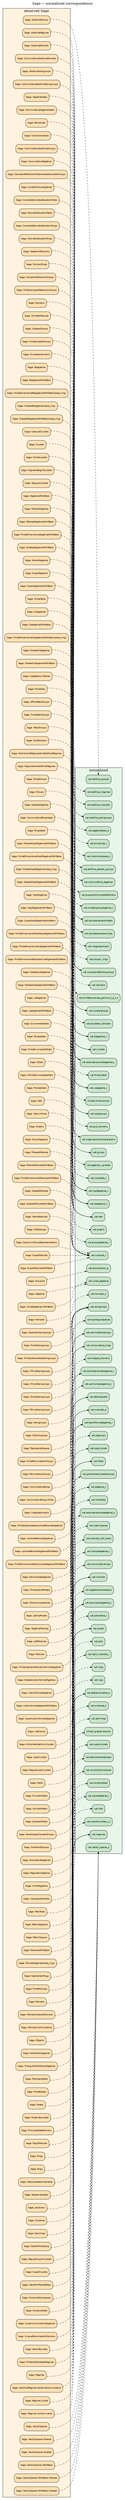
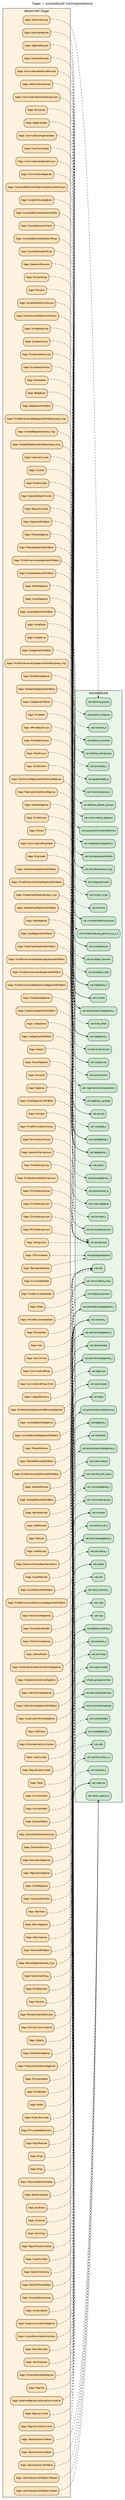
// GENERATED from observed + mapping + normalized ids
digraph SageToNormalized {
  graph [rankdir=LR, labelloc=t, label="Sage → normalized correspondence"];
  node [shape=box, style="rounded,filled", fontname="Helvetica", fontsize=9];
  edge [arrowsize=0.65];

  subgraph cluster_sage {
    label="observed Sage";
    style=filled; fillcolor="#fff3e0";
    "sage.category.additive_groups_additivegroups" [label="Sage: AdditiveGroups", kind="sage_category", fillcolor="#ffe0b2"];
    "sage.category.additive_magmas_additivemagmas" [label="Sage: AdditiveMagmas", kind="sage_category", fillcolor="#ffe0b2"];
    "sage.category.additive_monoids_additivemonoids" [label="Sage: AdditiveMonoids", kind="sage_category", fillcolor="#ffe0b2"];
    "sage.category.additive_semigroups_additivesemigroups" [label="Sage: AdditiveSemigroups", kind="sage_category", fillcolor="#ffe0b2"];
    "sage.category.affine_weyl_groups_affineweylgroups" [label="Sage: AffineWeylGroups", kind="sage_category", fillcolor="#ffe0b2"];
    "sage.category.algebra_ideals_algebraideals" [label="Sage: AlgebraIdeals", kind="sage_category", fillcolor="#ffe0b2"];
    "sage.category.algebra_modules_algebramodules" [label="Sage: AlgebraModules", kind="sage_category", fillcolor="#ffe0b2"];
    "sage.category.algebras_algebras" [label="Sage: Algebras", kind="sage_category", fillcolor="#ffe0b2"];
    "sage.category.algebras_with_basis_algebraswithbasis" [label="Sage: AlgebrasWithBasis", kind="sage_category", fillcolor="#ffe0b2"];
    "sage.category.aperiodic_semigroups_aperiodicsemigroups" [label="Sage: AperiodicSemigroups", kind="sage_category", fillcolor="#ffe0b2"];
    "sage.category.associative_algebras_associativealgebras" [label="Sage: AssociativeAlgebras", kind="sage_category", fillcolor="#ffe0b2"];
    "sage.category.bialgebras_bialgebras" [label="Sage: Bialgebras", kind="sage_category", fillcolor="#ffe0b2"];
    "sage.category.bialgebras_with_basis_bialgebraswithbasis" [label="Sage: BialgebrasWithBasis", kind="sage_category", fillcolor="#ffe0b2"];
    "sage.category.bimodules_bimodules" [label="Sage: Bimodules", kind="sage_category", fillcolor="#ffe0b2"];
    "sage.category.chain_complexes_chaincomplexes" [label="Sage: ChainComplexes", kind="sage_category", fillcolor="#ffe0b2"];
    "sage.category.classical_crystals_classicalcrystals" [label="Sage: ClassicalCrystals", kind="sage_category", fillcolor="#ffe0b2"];
    "sage.category.coalgebras_coalgebras" [label="Sage: Coalgebras", kind="sage_category", fillcolor="#ffe0b2"];
    "sage.category.coalgebras_with_basis_coalgebraswithbasis" [label="Sage: CoalgebrasWithBasis", kind="sage_category", fillcolor="#ffe0b2"];
    "sage.category.commutative_additive_groups_commutativeadditivegroups" [label="Sage: CommutativeAdditiveGroups", kind="sage_category", fillcolor="#ffe0b2"];
    "sage.category.commutative_additive_monoids_commutativeadditivemonoids" [label="Sage: CommutativeAdditiveMonoids", kind="sage_category", fillcolor="#ffe0b2"];
    "sage.category.commutative_additive_semigroups_commutativeadditivesemigroups" [label="Sage: CommutativeAdditiveSemigroups", kind="sage_category", fillcolor="#ffe0b2"];
    "sage.category.commutative_algebra_ideals_commutativealgebraideals" [label="Sage: CommutativeAlgebraIdeals", kind="sage_category", fillcolor="#ffe0b2"];
    "sage.category.commutative_algebras_commutativealgebras" [label="Sage: CommutativeAlgebras", kind="sage_category", fillcolor="#ffe0b2"];
    "sage.category.commutative_ring_ideals_commutativeringideals" [label="Sage: CommutativeRingIdeals", kind="sage_category", fillcolor="#ffe0b2"];
    "sage.category.commutative_rings_commutativerings" [label="Sage: CommutativeRings", kind="sage_category", fillcolor="#ffe0b2"];
    "sage.category.complete_discrete_valuation_completediscretevaluationfields" [label="Sage: CompleteDiscreteValuationFields", kind="sage_category", fillcolor="#ffe0b2"];
    "sage.category.complete_discrete_valuation_completediscretevaluationrings" [label="Sage: CompleteDiscreteValuationRings", kind="sage_category", fillcolor="#ffe0b2"];
    "sage.category.complex_reflection_groups_complexreflectiongroups" [label="Sage: ComplexReflectionGroups", kind="sage_category", fillcolor="#ffe0b2"];
    "sage.category.complex_reflection_or_generalized_coxeter_groups_complexreflectionorgeneralizedcoxetergroups" [label="Sage: ComplexReflectionOrGeneralizedCoxeterGroups", kind="sage_category", fillcolor="#ffe0b2"];
    "sage.category.coxeter_group_algebras_coxetergroupalgebras" [label="Sage: CoxeterGroupAlgebras", kind="sage_category", fillcolor="#ffe0b2"];
    "sage.category.coxeter_groups_coxetergroups" [label="Sage: CoxeterGroups", kind="sage_category", fillcolor="#ffe0b2"];
    "sage.category.crystals_crystals" [label="Sage: Crystals", kind="sage_category", fillcolor="#ffe0b2"];
    "sage.category.cw_complexes_cwcomplexes" [label="Sage: CWComplexes", kind="sage_category", fillcolor="#ffe0b2"];
    "sage.category.dedekind_domains_dedekinddomains" [label="Sage: DedekindDomains", kind="sage_category", fillcolor="#ffe0b2"];
    "sage.category.discrete_valuation_discretevaluationfields" [label="Sage: DiscreteValuationFields", kind="sage_category", fillcolor="#ffe0b2"];
    "sage.category.discrete_valuation_discretevaluationrings" [label="Sage: DiscreteValuationRings", kind="sage_category", fillcolor="#ffe0b2"];
    "sage.category.distributive_magmas_and_additive_magmas_distributivemagmasandadditivemagmas" [label="Sage: DistributiveMagmasAndAdditiveMagmas", kind="sage_category", fillcolor="#ffe0b2"];
    "sage.category.division_rings_divisionrings" [label="Sage: DivisionRings", kind="sage_category", fillcolor="#ffe0b2"];
    "sage.category.domains_domains" [label="Sage: Domains", kind="sage_category", fillcolor="#ffe0b2"];
    "sage.category.drinfeld_modules_drinfeldmodules" [label="Sage: DrinfeldModules", kind="sage_category", fillcolor="#ffe0b2"];
    "sage.category.enumerated_sets_enumeratedsets" [label="Sage: EnumeratedSets", kind="sage_category", fillcolor="#ffe0b2"];
    "sage.category.euclidean_domains_euclideandomains" [label="Sage: EuclideanDomains", kind="sage_category", fillcolor="#ffe0b2"];
    "sage.category.facade_sets_facadesets" [label="Sage: FacadeSets", kind="sage_category", fillcolor="#ffe0b2"];
    "sage.category.fields_fields" [label="Sage: Fields", kind="sage_category", fillcolor="#ffe0b2"];
    "sage.category.filtered_algebras_filteredalgebras" [label="Sage: FilteredAlgebras", kind="sage_category", fillcolor="#ffe0b2"];
    "sage.category.filtered_algebras_with_basis_filteredalgebraswithbasis" [label="Sage: FilteredAlgebrasWithBasis", kind="sage_category", fillcolor="#ffe0b2"];
    "sage.category.filtered_hopf_algebras_with_basis_filteredhopfalgebraswithbasis" [label="Sage: FilteredHopfAlgebrasWithBasis", kind="sage_category", fillcolor="#ffe0b2"];
    "sage.category.filtered_modules_filteredmodules" [label="Sage: FilteredModules", kind="sage_category", fillcolor="#ffe0b2"];
    "sage.category.filtered_modules_with_basis_filteredmoduleswithbasis" [label="Sage: FilteredModulesWithBasis", kind="sage_category", fillcolor="#ffe0b2"];
    "sage.category.finite_complex_reflection_groups_finitecomplexreflectiongroups" [label="Sage: FiniteComplexReflectionGroups", kind="sage_category", fillcolor="#ffe0b2"];
    "sage.category.finite_coxeter_groups_finitecoxetergroups" [label="Sage: FiniteCoxeterGroups", kind="sage_category", fillcolor="#ffe0b2"];
    "sage.category.finite_crystals_finitecrystals" [label="Sage: FiniteCrystals", kind="sage_category", fillcolor="#ffe0b2"];
    "sage.category.finite_dimensional_algebras_with_basis_finitedimensionalalgebraswithbasis" [label="Sage: FiniteDimensionalAlgebrasWithBasis", kind="sage_category", fillcolor="#ffe0b2"];
    "sage.category.finite_dimensional_bialgebras_with_basis_finitedimensionalbialgebraswithbasis" [label="Sage: FiniteDimensionalBialgebrasWithBasis(base_ring)", kind="sage_category", fillcolor="#ffe0b2"];
    "sage.category.finite_dimensional_coalgebras_with_basis_finitedimensionalcoalgebraswithbasis" [label="Sage: FiniteDimensionalCoalgebrasWithBasis(base_ring)", kind="sage_category", fillcolor="#ffe0b2"];
    "sage.category.finite_dimensional_graded_lie_algebras_with_basis_finitedimensionalgradedliealgebraswithbasis" [label="Sage: FiniteDimensionalGradedLieAlgebrasWithBasis", kind="sage_category", fillcolor="#ffe0b2"];
    "sage.category.finite_dimensional_hopf_algebras_with_basis_finitedimensionalhopfalgebraswithbasis" [label="Sage: FiniteDimensionalHopfAlgebrasWithBasis", kind="sage_category", fillcolor="#ffe0b2"];
    "sage.category.finite_dimensional_lie_algebras_with_basis_finitedimensionalliealgebraswithbasis" [label="Sage: FiniteDimensionalLieAlgebrasWithBasis", kind="sage_category", fillcolor="#ffe0b2"];
    "sage.category.finite_dimensional_modules_with_basis_finitedimensionalmoduleswithbasis" [label="Sage: FiniteDimensionalModulesWithBasis", kind="sage_category", fillcolor="#ffe0b2"];
    "sage.category.finite_dimensional_nilpotent_lie_algebras_with_basis_finitedimensionalnilpotentliealgebraswithbasis" [label="Sage: FiniteDimensionalNilpotentLieAlgebrasWithBasis", kind="sage_category", fillcolor="#ffe0b2"];
    "sage.category.finite_dimensional_semisimple_algebras_with_basis_finitedimensionalsemisimplealgebraswithbasis" [label="Sage: FiniteDimensionalSemisimpleAlgebrasWithBasis", kind="sage_category", fillcolor="#ffe0b2"];
    "sage.category.finite_enumerated_sets_finiteenumeratedsets" [label="Sage: FiniteEnumeratedSets", kind="sage_category", fillcolor="#ffe0b2"];
    "sage.category.finite_fields_finitefields" [label="Sage: FiniteFields", kind="sage_category", fillcolor="#ffe0b2"];
    "sage.category.finite_groups_finitegroups" [label="Sage: FiniteGroups", kind="sage_category", fillcolor="#ffe0b2"];
    "sage.category.finite_lattice_posets_finitelatticeposets" [label="Sage: FiniteLatticePosets", kind="sage_category", fillcolor="#ffe0b2"];
    "sage.category.finite_monoids_finitemonoids" [label="Sage: FiniteMonoids", kind="sage_category", fillcolor="#ffe0b2"];
    "sage.category.finite_permutation_groups_finitepermutationgroups" [label="Sage: FinitePermutationGroups", kind="sage_category", fillcolor="#ffe0b2"];
    "sage.category.finite_posets_finiteposets" [label="Sage: FinitePosets", kind="sage_category", fillcolor="#ffe0b2"];
    "sage.category.finite_semigroups_finitesemigroups" [label="Sage: FiniteSemigroups", kind="sage_category", fillcolor="#ffe0b2"];
    "sage.category.finite_sets_finitesets" [label="Sage: FiniteSets", kind="sage_category", fillcolor="#ffe0b2"];
    "sage.category.finite_weyl_groups_finiteweylgroups" [label="Sage: FiniteWeylGroups", kind="sage_category", fillcolor="#ffe0b2"];
    "sage.category.finitely_generated_lambda_bracket_algebras_finitelygeneratedlambdabracketalgebras" [label="Sage: FinitelyGeneratedLambdaBracketAlgebras", kind="sage_category", fillcolor="#ffe0b2"];
    "sage.category.finitely_generated_lie_conformal_algebras_finitelygeneratedlieconformalalgebras" [label="Sage: FinitelyGeneratedLieConformalAlgebras", kind="sage_category", fillcolor="#ffe0b2"];
    "sage.category.finitely_generated_magmas_finitelygeneratedmagmas" [label="Sage: FinitelyGeneratedMagmas", kind="sage_category", fillcolor="#ffe0b2"];
    "sage.category.finitely_generated_semigroups_finitelygeneratedsemigroups" [label="Sage: FinitelyGeneratedSemigroups", kind="sage_category", fillcolor="#ffe0b2"];
    "sage.category.function_fields_functionfields" [label="Sage: FunctionFields", kind="sage_category", fillcolor="#ffe0b2"];
    "sage.category.g_sets_gsets" [label="Sage: GSets", kind="sage_category", fillcolor="#ffe0b2"];
    "sage.category.gcd_domains_gcddomains" [label="Sage: GcdDomains", kind="sage_category", fillcolor="#ffe0b2"];
    "sage.category.generalized_coxeter_groups_generalizedcoxetergroups" [label="Sage: GeneralizedCoxeterGroups", kind="sage_category", fillcolor="#ffe0b2"];
    "sage.category.graded_algebras_gradedalgebras" [label="Sage: GradedAlgebras", kind="sage_category", fillcolor="#ffe0b2"];
    "sage.category.graded_algebras_with_basis_gradedalgebraswithbasis" [label="Sage: GradedAlgebrasWithBasis", kind="sage_category", fillcolor="#ffe0b2"];
    "sage.category.graded_bialgebras_gradedbialgebras" [label="Sage: GradedBialgebras(base_ring)", kind="sage_category", fillcolor="#ffe0b2"];
    "sage.category.graded_bialgebras_with_basis_gradedbialgebraswithbasis" [label="Sage: GradedBialgebrasWithBasis(base_ring)", kind="sage_category", fillcolor="#ffe0b2"];
    "sage.category.graded_coalgebras_gradedcoalgebras" [label="Sage: GradedCoalgebras", kind="sage_category", fillcolor="#ffe0b2"];
    "sage.category.graded_coalgebras_with_basis_gradedcoalgebraswithbasis" [label="Sage: GradedCoalgebrasWithBasis", kind="sage_category", fillcolor="#ffe0b2"];
    "sage.category.graded_hopf_algebras_gradedhopfalgebras" [label="Sage: GradedHopfAlgebras(base_ring)", kind="sage_category", fillcolor="#ffe0b2"];
    "sage.category.graded_hopf_algebras_with_basis_gradedhopfalgebraswithbasis" [label="Sage: GradedHopfAlgebrasWithBasis", kind="sage_category", fillcolor="#ffe0b2"];
    "sage.category.graded_lie_algebras_gradedliealgebras" [label="Sage: GradedLieAlgebras", kind="sage_category", fillcolor="#ffe0b2"];
    "sage.category.graded_lie_algebras_with_basis_gradedliealgebraswithbasis" [label="Sage: GradedLieAlgebrasWithBasis", kind="sage_category", fillcolor="#ffe0b2"];
    "sage.category.graded_lie_conformal_algebras_gradedlieconformalalgebras" [label="Sage: GradedLieConformalAlgebras", kind="sage_category", fillcolor="#ffe0b2"];
    "sage.category.graded_modules_gradedmodules" [label="Sage: GradedModules", kind="sage_category", fillcolor="#ffe0b2"];
    "sage.category.graded_modules_with_basis_gradedmoduleswithbasis" [label="Sage: GradedModulesWithBasis", kind="sage_category", fillcolor="#ffe0b2"];
    "sage.category.graphs_graphs" [label="Sage: Graphs", kind="sage_category", fillcolor="#ffe0b2"];
    "sage.category.group_algebras_groupalgebras" [label="Sage: GroupAlgebras", kind="sage_category", fillcolor="#ffe0b2"];
    "sage.category.groupoid_groupoid" [label="Sage: Groupoid", kind="sage_category", fillcolor="#ffe0b2"];
    "sage.category.groups_groups" [label="Sage: Groups", kind="sage_category", fillcolor="#ffe0b2"];
    "sage.category.h_trivial_semigroups_htrivialsemigroups" [label="Sage: HTrivialSemigroups", kind="sage_category", fillcolor="#ffe0b2"];
    "sage.category.hecke_modules_heckemodules" [label="Sage: HeckeModules", kind="sage_category", fillcolor="#ffe0b2"];
    "sage.category.highest_weight_crystals_highestweightcrystals" [label="Sage: HighestWeightCrystals", kind="sage_category", fillcolor="#ffe0b2"];
    "sage.category.homsets_homsets" [label="Sage: Homsets", kind="sage_category", fillcolor="#ffe0b2"];
    "sage.category.hopf_algebras_hopfalgebras" [label="Sage: HopfAlgebras", kind="sage_category", fillcolor="#ffe0b2"];
    "sage.category.hopf_algebras_with_basis_hopfalgebraswithbasis" [label="Sage: HopfAlgebrasWithBasis", kind="sage_category", fillcolor="#ffe0b2"];
    "sage.category.infinite_enumerated_sets_infiniteenumeratedsets" [label="Sage: InfiniteEnumeratedSets", kind="sage_category", fillcolor="#ffe0b2"];
    "sage.category.integral_domains_integraldomains" [label="Sage: IntegralDomains", kind="sage_category", fillcolor="#ffe0b2"];
    "sage.category.j_trivial_semigroups_jtrivialsemigroups" [label="Sage: JTrivialSemigroups", kind="sage_category", fillcolor="#ffe0b2"];
    "sage.category.kac_moody_algebras_kacmoodyalgebras" [label="Sage: KacMoodyAlgebras", kind="sage_category", fillcolor="#ffe0b2"];
    "sage.category.kahler_algebras_kahleralgebras" [label="Sage: KahlerAlgebras", kind="sage_category", fillcolor="#ffe0b2"];
    "sage.category.l_trivial_semigroups_ltrivialsemigroups" [label="Sage: LTrivialSemigroups", kind="sage_category", fillcolor="#ffe0b2"];
    "sage.category.lambda_bracket_algebras_lambdabracketalgebras" [label="Sage: LambdaBracketAlgebras", kind="sage_category", fillcolor="#ffe0b2"];
    "sage.category.lambda_bracket_algebras_with_basis_lambdabracketalgebraswithbasis" [label="Sage: LambdaBracketAlgebrasWithBasis", kind="sage_category", fillcolor="#ffe0b2"];
    "sage.category.lattice_posets_distributivelattices" [label="Sage: DistributiveLattices", kind="sage_category", fillcolor="#ffe0b2"];
    "sage.category.lattice_posets_latticeposets" [label="Sage: LatticePosets", kind="sage_category", fillcolor="#ffe0b2"];
    "sage.category.left_modules_leftmodules" [label="Sage: LeftModules", kind="sage_category", fillcolor="#ffe0b2"];
    "sage.category.lie_algebras_liealgebras" [label="Sage: LieAlgebras", kind="sage_category", fillcolor="#ffe0b2"];
    "sage.category.lie_algebras_with_basis_liealgebraswithbasis" [label="Sage: LieAlgebrasWithBasis", kind="sage_category", fillcolor="#ffe0b2"];
    "sage.category.lie_conformal_algebras_lieconformalalgebras" [label="Sage: LieConformalAlgebras", kind="sage_category", fillcolor="#ffe0b2"];
    "sage.category.lie_conformal_algebras_with_basis_lieconformalalgebraswithbasis" [label="Sage: LieConformalAlgebrasWithBasis", kind="sage_category", fillcolor="#ffe0b2"];
    "sage.category.lie_groups_liegroups" [label="Sage: LieGroups", kind="sage_category", fillcolor="#ffe0b2"];
    "sage.category.loop_crystals_kirillovreshetikhincrystals" [label="Sage: KirillovReshetikhinCrystals", kind="sage_category", fillcolor="#ffe0b2"];
    "sage.category.loop_crystals_loopcrystals" [label="Sage: LoopCrystals", kind="sage_category", fillcolor="#ffe0b2"];
    "sage.category.loop_crystals_regularloopcrystals" [label="Sage: RegularLoopCrystals", kind="sage_category", fillcolor="#ffe0b2"];
    "sage.category.magmas_and_additive_magmas_magmasandadditivemagmas" [label="Sage: MagmasAndAdditiveMagmas", kind="sage_category", fillcolor="#ffe0b2"];
    "sage.category.magmas_magmas" [label="Sage: Magmas", kind="sage_category", fillcolor="#ffe0b2"];
    "sage.category.magmatic_algebras_magmaticalgebras" [label="Sage: MagmaticAlgebras", kind="sage_category", fillcolor="#ffe0b2"];
    "sage.category.manifolds_complexmanifolds" [label="Sage: ComplexManifolds", kind="sage_category", fillcolor="#ffe0b2"];
    "sage.category.manifolds_manifolds" [label="Sage: Manifolds", kind="sage_category", fillcolor="#ffe0b2"];
    "sage.category.matrix_algebras_matrixalgebras" [label="Sage: MatrixAlgebras", kind="sage_category", fillcolor="#ffe0b2"];
    "sage.category.metric_spaces_metricspaces" [label="Sage: MetricSpaces", kind="sage_category", fillcolor="#ffe0b2"];
    "sage.category.modular_abelian_varieties_modularabelianvarieties" [label="Sage: ModularAbelianVarieties", kind="sage_category", fillcolor="#ffe0b2"];
    "sage.category.modules_modules" [label="Sage: Modules", kind="sage_category", fillcolor="#ffe0b2"];
    "sage.category.modules_with_basis_moduleswithbasis" [label="Sage: ModulesWithBasis", kind="sage_category", fillcolor="#ffe0b2"];
    "sage.category.monoid_algebras_monoidalgebras" [label="Sage: MonoidAlgebras(base_ring)", kind="sage_category", fillcolor="#ffe0b2"];
    "sage.category.monoids_monoids" [label="Sage: Monoids", kind="sage_category", fillcolor="#ffe0b2"];
    "sage.category.noetherian_rings_noetherianrings" [label="Sage: NoetherianRings", kind="sage_category", fillcolor="#ffe0b2"];
    "sage.category.number_fields_numberfields" [label="Sage: NumberFields", kind="sage_category", fillcolor="#ffe0b2"];
    "sage.category.objects_objects" [label="Sage: Objects", kind="sage_category", fillcolor="#ffe0b2"];
    "sage.category.ore_modules_oremodules" [label="Sage: OreModules", kind="sage_category", fillcolor="#ffe0b2"];
    "sage.category.partially_ordered_monoids_partiallyorderedmonoids" [label="Sage: PartiallyOrderedMonoids", kind="sage_category", fillcolor="#ffe0b2"];
    "sage.category.permutation_groups_permutationgroups" [label="Sage: PermutationGroups", kind="sage_category", fillcolor="#ffe0b2"];
    "sage.category.pointed_sets_pointedsets" [label="Sage: PointedSets", kind="sage_category", fillcolor="#ffe0b2"];
    "sage.category.polyhedra_polyhedralsets" [label="Sage: PolyhedralSets", kind="sage_category", fillcolor="#ffe0b2"];
    "sage.category.posets_posets" [label="Sage: Posets", kind="sage_category", fillcolor="#ffe0b2"];
    "sage.category.principal_ideal_domains_principalidealdomains" [label="Sage: PrincipalIdealDomains", kind="sage_category", fillcolor="#ffe0b2"];
    "sage.category.quantum_group_representations_quantumgrouprepresentations" [label="Sage: QuantumGroupRepresentations", kind="sage_category", fillcolor="#ffe0b2"];
    "sage.category.quotient_fields_quotientfields" [label="Sage: QuotientFields", kind="sage_category", fillcolor="#ffe0b2"];
    "sage.category.r_trivial_semigroups_rtrivialsemigroups" [label="Sage: RTrivialSemigroups", kind="sage_category", fillcolor="#ffe0b2"];
    "sage.category.regular_crystals_regularcrystals" [label="Sage: RegularCrystals", kind="sage_category", fillcolor="#ffe0b2"];
    "sage.category.regular_supercrystals_regularsupercrystals" [label="Sage: RegularSuperCrystals", kind="sage_category", fillcolor="#ffe0b2"];
    "sage.category.right_modules_rightmodules" [label="Sage: RightModules", kind="sage_category", fillcolor="#ffe0b2"];
    "sage.category.ring_ideals_ringideals" [label="Sage: RingIdeals", kind="sage_category", fillcolor="#ffe0b2"];
    "sage.category.rings_rings" [label="Sage: Rings", kind="sage_category", fillcolor="#ffe0b2"];
    "sage.category.rngs_rngs" [label="Sage: Rngs", kind="sage_category", fillcolor="#ffe0b2"];
    "sage.category.schemes_abelianvarieties" [label="Sage: AbelianVarieties", kind="sage_category", fillcolor="#ffe0b2"];
    "sage.category.schemes_jacobians" [label="Sage: Jacobians", kind="sage_category", fillcolor="#ffe0b2"];
    "sage.category.schemes_schemes" [label="Sage: Schemes", kind="sage_category", fillcolor="#ffe0b2"];
    "sage.category.semigroups_semigroups" [label="Sage: Semigroups", kind="sage_category", fillcolor="#ffe0b2"];
    "sage.category.semirings_semirings" [label="Sage: Semirings", kind="sage_category", fillcolor="#ffe0b2"];
    "sage.category.semisimple_algebras_semisimplealgebras" [label="Sage: SemisimpleAlgebras", kind="sage_category", fillcolor="#ffe0b2"];
    "sage.category.sets_cat_sets" [label="Sage: Sets", kind="sage_category", fillcolor="#ffe0b2"];
    "sage.category.sets_with_grading_setswithgrading" [label="Sage: SetsWithGrading", kind="sage_category", fillcolor="#ffe0b2"];
    "sage.category.sets_with_partial_maps_setswithpartialmaps" [label="Sage: SetsWithPartialMaps", kind="sage_category", fillcolor="#ffe0b2"];
    "sage.category.shephard_groups_shephardgroups" [label="Sage: ShephardGroups", kind="sage_category", fillcolor="#ffe0b2"];
    "sage.category.simplicial_complexes_simplicialcomplexes" [label="Sage: SimplicialComplexes", kind="sage_category", fillcolor="#ffe0b2"];
    "sage.category.simplicial_sets_simplicialsets" [label="Sage: SimplicialSets", kind="sage_category", fillcolor="#ffe0b2"];
    "sage.category.super_algebras_superalgebras" [label="Sage: SuperAlgebras", kind="sage_category", fillcolor="#ffe0b2"];
    "sage.category.super_algebras_with_basis_superalgebraswithbasis" [label="Sage: SuperAlgebrasWithBasis", kind="sage_category", fillcolor="#ffe0b2"];
    "sage.category.super_hopf_algebras_with_basis_superhopfalgebraswithbasis" [label="Sage: SuperHopfAlgebrasWithBasis", kind="sage_category", fillcolor="#ffe0b2"];
    "sage.category.super_lie_conformal_algebras_superlieconformalalgebras" [label="Sage: SuperLieConformalAlgebras", kind="sage_category", fillcolor="#ffe0b2"];
    "sage.category.super_modules_supermodules" [label="Sage: SuperModules", kind="sage_category", fillcolor="#ffe0b2"];
    "sage.category.super_modules_with_basis_supermoduleswithbasis" [label="Sage: SuperModulesWithBasis", kind="sage_category", fillcolor="#ffe0b2"];
    "sage.category.supercommutative_algebras_supercommutativealgebras" [label="Sage: SupercommutativeAlgebras", kind="sage_category", fillcolor="#ffe0b2"];
    "sage.category.supercrystals_supercrystals" [label="Sage: SuperCrystals", kind="sage_category", fillcolor="#ffe0b2"];
    "sage.category.topological_spaces_topologicalspaces" [label="Sage: TopologicalSpaces", kind="sage_category", fillcolor="#ffe0b2"];
    "sage.category.triangular_kac_moody_algebras_triangularkacmoodyalgebras" [label="Sage: TriangularKacMoodyAlgebras", kind="sage_category", fillcolor="#ffe0b2"];
    "sage.category.unique_factorization_domains_uniquefactorizationdomains" [label="Sage: UniqueFactorizationDomains", kind="sage_category", fillcolor="#ffe0b2"];
    "sage.category.unital_algebras_unitalalgebras" [label="Sage: UnitalAlgebras", kind="sage_category", fillcolor="#ffe0b2"];
    "sage.category.vector_bundles_vectorbundles" [label="Sage: VectorBundles", kind="sage_category", fillcolor="#ffe0b2"];
    "sage.category.vector_spaces_vectorspaces" [label="Sage: VectorSpaces", kind="sage_category", fillcolor="#ffe0b2"];
    "sage.category.weyl_groups_weylgroups" [label="Sage: WeylGroups", kind="sage_category", fillcolor="#ffe0b2"];
    "sage.category.with_axiom.additivemagmas.additivecommutative" [label="Sage: AdditiveMagmas.AdditiveCommutative", kind="sage_category", fillcolor="#ffe0b2"];
    "sage.category.with_axiom.coalgebras.filtered" [label="Sage: Coalgebras.Filtered", kind="sage_category", fillcolor="#ffe0b2"];
    "sage.category.with_axiom.commutativerings.finite" [label="Sage: CommutativeRings.Finite", kind="sage_category", fillcolor="#ffe0b2"];
    "sage.category.with_axiom.magmas.unital" [label="Sage: Magmas.Unital", kind="sage_category", fillcolor="#ffe0b2"];
    "sage.category.with_axiom.magmas.unital.inverse" [label="Sage: Magmas.Unital.Inverse", kind="sage_category", fillcolor="#ffe0b2"];
    "sage.category.with_axiom.monoids.commutative" [label="Sage: Monoids.Commutative", kind="sage_category", fillcolor="#ffe0b2"];
    "sage.category.with_axiom.posets.bounded" [label="Sage: Posets.Bounded", kind="sage_category", fillcolor="#ffe0b2"];
    "sage.category.with_axiom.sets.infinite" [label="Sage: Sets.Infinite", kind="sage_category", fillcolor="#ffe0b2"];
    "sage.category.with_axiom.unitalalgebras.withbasis" [label="Sage: UnitalAlgebras.WithBasis", kind="sage_category", fillcolor="#ffe0b2"];
    "sage.category.with_axiom.vectorspaces.filtered" [label="Sage: VectorSpaces.Filtered", kind="sage_category", fillcolor="#ffe0b2"];
    "sage.category.with_axiom.vectorspaces.graded" [label="Sage: VectorSpaces.Graded", kind="sage_category", fillcolor="#ffe0b2"];
    "sage.category.with_axiom.vectorspaces.withbasis" [label="Sage: VectorSpaces.WithBasis", kind="sage_category", fillcolor="#ffe0b2"];
    "sage.category.with_axiom.vectorspaces.withbasis.filtered" [label="Sage: VectorSpaces.WithBasis.Filtered", kind="sage_category", fillcolor="#ffe0b2"];
    "sage.category.with_axiom.vectorspaces.withbasis.graded" [label="Sage: VectorSpaces.WithBasis.Graded", kind="sage_category", fillcolor="#ffe0b2"];
  }

  subgraph cluster_norm {
    label="normalized";
    style=filled; fillcolor="#e8f5e9";
    "cat.abelianvarieties_k" [label="cat.abelianvarieties_k", kind="normalized", fillcolor="#c8e6c9"];
    "cat.additive_abelian_groups" [label="cat.additive_abelian_groups", kind="normalized", fillcolor="#c8e6c9"];
    "cat.additive_groups" [label="cat.additive_groups", kind="normalized", fillcolor="#c8e6c9"];
    "cat.additive_magmas" [label="cat.additive_magmas", kind="normalized", fillcolor="#c8e6c9"];
    "cat.additive_monoids" [label="cat.additive_monoids", kind="normalized", fillcolor="#c8e6c9"];
    "cat.additive_semigroups" [label="cat.additive_semigroups", kind="normalized", fillcolor="#c8e6c9"];
    "cat.algebraideals_a" [label="cat.algebraideals_a", kind="normalized", fillcolor="#c8e6c9"];
    "cat.algebras_r" [label="cat.algebras_r", kind="normalized", fillcolor="#c8e6c9"];
    "cat.algebras_r.graded" [label="cat.algebras_r.graded", kind="normalized", fillcolor="#c8e6c9"];
    "cat.associativeunitalalgebras_k" [label="cat.associativeunitalalgebras_k", kind="normalized", fillcolor="#c8e6c9"];
    "cat.associativeunitalalgebras_r" [label="cat.associativeunitalalgebras_r", kind="normalized", fillcolor="#c8e6c9"];
    "cat.bialgebras_r" [label="cat.bialgebras_r", kind="normalized", fillcolor="#c8e6c9"];
    "cat.bimodules_r" [label="cat.bimodules_r", kind="normalized", fillcolor="#c8e6c9"];
    "cat.chaincomplexes_c" [label="cat.chaincomplexes_c", kind="normalized", fillcolor="#c8e6c9"];
    "cat.coalgebras_r" [label="cat.coalgebras_r", kind="normalized", fillcolor="#c8e6c9"];
    "cat.commutative_algebras" [label="cat.commutative_algebras", kind="normalized", fillcolor="#c8e6c9"];
    "cat.commutative_rings" [label="cat.commutative_rings", kind="normalized", fillcolor="#c8e6c9"];
    "cat.commutativerings" [label="cat.commutativerings", kind="normalized", fillcolor="#c8e6c9"];
    "cat.complexreflectiongroups" [label="cat.complexreflectiongroups", kind="normalized", fillcolor="#c8e6c9"];
    "cat.coxetergroupalgebras_r" [label="cat.coxetergroupalgebras_r", kind="normalized", fillcolor="#c8e6c9"];
    "cat.coxetergroups" [label="cat.coxetergroups", kind="normalized", fillcolor="#c8e6c9"];
    "cat.crystals" [label="cat.crystals", kind="normalized", fillcolor="#c8e6c9"];
    "cat.discretevaluationfields" [label="cat.discretevaluationfields", kind="normalized", fillcolor="#c8e6c9"];
    "cat.discretevaluationrings" [label="cat.discretevaluationrings", kind="normalized", fillcolor="#c8e6c9"];
    "cat.division_rings" [label="cat.division_rings", kind="normalized", fillcolor="#c8e6c9"];
    "cat.domains" [label="cat.domains", kind="normalized", fillcolor="#c8e6c9"];
    "cat.drinfeldmodules_gamma_f_q_t_k" [label="cat.drinfeldmodules_gamma_f_q_t_k", kind="normalized", fillcolor="#c8e6c9"];
    "cat.euclidean_domains" [label="cat.euclidean_domains", kind="normalized", fillcolor="#c8e6c9"];
    "cat.fields" [label="cat.fields", kind="normalized", fillcolor="#c8e6c9"];
    "cat.finite_fields" [label="cat.finite_fields", kind="normalized", fillcolor="#c8e6c9"];
    "cat.gcd_domains" [label="cat.gcd_domains", kind="normalized", fillcolor="#c8e6c9"];
    "cat.generalizedcoxetergroups" [label="cat.generalizedcoxetergroups", kind="normalized", fillcolor="#c8e6c9"];
    "cat.graphs" [label="cat.graphs", kind="normalized", fillcolor="#c8e6c9"];
    "cat.groupalgebras_r" [label="cat.groupalgebras_r", kind="normalized", fillcolor="#c8e6c9"];
    "cat.groupoidson_g" [label="cat.groupoidson_g", kind="normalized", fillcolor="#c8e6c9"];
    "cat.groups" [label="cat.groups", kind="normalized", fillcolor="#c8e6c9"];
    "cat.groupswithsimplereflections" [label="cat.groupswithsimplereflections", kind="normalized", fillcolor="#c8e6c9"];
    "cat.homsets_c" [label="cat.homsets_c", kind="normalized", fillcolor="#c8e6c9"];
    "cat.hopfalgebras_r" [label="cat.hopfalgebras_r", kind="normalized", fillcolor="#c8e6c9"];
    "cat.integral_domains" [label="cat.integral_domains", kind="normalized", fillcolor="#c8e6c9"];
    "cat.integraldomains" [label="cat.integraldomains", kind="normalized", fillcolor="#c8e6c9"];
    "cat.kacmoodyalgebras_r" [label="cat.kacmoodyalgebras_r", kind="normalized", fillcolor="#c8e6c9"];
    "cat.lambdabracketalgebras_r" [label="cat.lambdabracketalgebras_r", kind="normalized", fillcolor="#c8e6c9"];
    "cat.latticeposets" [label="cat.latticeposets", kind="normalized", fillcolor="#c8e6c9"];
    "cat.liealgebras_r" [label="cat.liealgebras_r", kind="normalized", fillcolor="#c8e6c9"];
    "cat.lieconformalalgebras_r" [label="cat.lieconformalalgebras_r", kind="normalized", fillcolor="#c8e6c9"];
    "cat.liegroups" [label="cat.liegroups", kind="normalized", fillcolor="#c8e6c9"];
    "cat.loopcrystals" [label="cat.loopcrystals", kind="normalized", fillcolor="#c8e6c9"];
    "cat.magmas" [label="cat.magmas", kind="normalized", fillcolor="#c8e6c9"];
    "cat.magmaswithtwooperations" [label="cat.magmaswithtwooperations", kind="normalized", fillcolor="#c8e6c9"];
    "cat.manifolds" [label="cat.manifolds", kind="normalized", fillcolor="#c8e6c9"];
    "cat.metricspaces" [label="cat.metricspaces", kind="normalized", fillcolor="#c8e6c9"];
    "cat.modules_a" [label="cat.modules_a", kind="normalized", fillcolor="#c8e6c9"];
+     "cat.modules_k" [label="cat.modules_k", kind="normalized", fillcolor="#c8e6c9"];
    "cat.modules_r" [label="cat.modules_r", kind="normalized", fillcolor="#c8e6c9"];
    "cat.modules_with_basis" [label="cat.modules_with_basis", kind="normalized", fillcolor="#c8e6c9"];
    "cat.monoidalgebras_r" [label="cat.monoidalgebras_r", kind="normalized", fillcolor="#c8e6c9"];
    "cat.monoids" [label="cat.monoids", kind="normalized", fillcolor="#c8e6c9"];
    "cat.permutationgroups" [label="cat.permutationgroups", kind="normalized", fillcolor="#c8e6c9"];
    "cat.pids" [label="cat.pids", kind="normalized", fillcolor="#c8e6c9"];
    "cat.polyhedra_r" [label="cat.polyhedra_r", kind="normalized", fillcolor="#c8e6c9"];
    "cat.posets" [label="cat.posets", kind="normalized", fillcolor="#c8e6c9"];
    "cat.right_modules_r" [label="cat.right_modules_r", kind="normalized", fillcolor="#c8e6c9"];
    "cat.ringideals_r" [label="cat.ringideals_r", kind="normalized", fillcolor="#c8e6c9"];
    "cat.rings" [label="cat.rings", kind="normalized", fillcolor="#c8e6c9"];
    "cat.rngs" [label="cat.rngs", kind="normalized", fillcolor="#c8e6c9"];
-     "cat.sagebackendobjects" [label="cat.sagebackendobjects", kind="normalized", fillcolor="#c8e6c9"];
-     "cat.schemes_k" [label="cat.schemes_k", kind="normalized", fillcolor="#c8e6c9"];
+     "cat.schemes_s" [label="cat.schemes_s", kind="normalized", fillcolor="#c8e6c9"];
    "cat.semigroups" [label="cat.semigroups", kind="normalized", fillcolor="#c8e6c9"];
    "cat.semirings" [label="cat.semirings", kind="normalized", fillcolor="#c8e6c9"];
    "cat.semisimplealgebras_r" [label="cat.semisimplealgebras_r", kind="normalized", fillcolor="#c8e6c9"];
    "cat.sets" [label="cat.sets", kind="normalized", fillcolor="#c8e6c9"];
    "cat.setswithpartialmaps" [label="cat.setswithpartialmaps", kind="normalized", fillcolor="#c8e6c9"];
    "cat.simplicialcomplexes" [label="cat.simplicialcomplexes", kind="normalized", fillcolor="#c8e6c9"];
    "cat.simplicialsets" [label="cat.simplicialsets", kind="normalized", fillcolor="#c8e6c9"];
    "cat.superalgebras_r" [label="cat.superalgebras_r", kind="normalized", fillcolor="#c8e6c9"];
    "cat.supercrystals" [label="cat.supercrystals", kind="normalized", fillcolor="#c8e6c9"];
    "cat.topologicalspaces" [label="cat.topologicalspaces", kind="normalized", fillcolor="#c8e6c9"];
    "cat.ufds" [label="cat.ufds", kind="normalized", fillcolor="#c8e6c9"];
    "cat.unital_algebras" [label="cat.unital_algebras", kind="normalized", fillcolor="#c8e6c9"];
    "cat.vector_spaces_k" [label="cat.vector_spaces_k", kind="normalized", fillcolor="#c8e6c9"];
    "cat.vectorbundles_x_r" [label="cat.vectorbundles_x_r", kind="normalized", fillcolor="#c8e6c9"];
    "cat.weylgroups" [label="cat.weylgroups", kind="normalized", fillcolor="#c8e6c9"];
    "clf.sets.finite.domain" [label="clf.sets.finite.domain", kind="normalized", fillcolor="#c8e6c9"];
    "clf.sets.graded.domain" [label="clf.sets.graded.domain", kind="normalized", fillcolor="#c8e6c9"];
+     "val.coslices_cat_1" [label="val.coslices_cat_1", kind="normalized", fillcolor="#c8e6c9"];
+     "val.subobjects_sets" [label="val.subobjects_sets", kind="normalized", fillcolor="#c8e6c9"];
  }

  "sage.category.finite_dimensional_bialgebras_with_basis_finitedimensionalbialgebraswithbasis" -> "cat.bialgebras_r" [kind="normalizes_to", mapping="constructible", style=dashed];
  "sage.category.finite_dimensional_coalgebras_with_basis_finitedimensionalcoalgebraswithbasis" -> "cat.coalgebras_r" [kind="normalizes_to", mapping="constructible", style=dashed];
  "sage.category.graded_bialgebras_gradedbialgebras" -> "cat.bialgebras_r" [kind="normalizes_to", mapping="constructible", style=dashed];
  "sage.category.graded_bialgebras_with_basis_gradedbialgebraswithbasis" -> "cat.bialgebras_r" [kind="normalizes_to", mapping="constructible", style=dashed];
  "sage.category.graded_hopf_algebras_gradedhopfalgebras" -> "cat.hopfalgebras_r" [kind="normalizes_to", mapping="constructible", style=dashed];
  "sage.category.monoid_algebras_monoidalgebras" -> "cat.monoidalgebras_r" [kind="normalizes_to", mapping="exact", style=dashed];
  "sage.category.schemes_abelianvarieties" -> "cat.abelianvarieties_k" [kind="normalizes_to", mapping="constructible", style=dashed];
  "sage.category.additive_groups_additivegroups" -> "cat.additive_groups" [kind="normalizes_to", mapping="exact", style=dashed];
  "sage.category.additive_magmas_additivemagmas" -> "cat.additive_magmas" [kind="normalizes_to", mapping="constructible", style=dashed];
  "sage.category.additive_monoids_additivemonoids" -> "cat.additive_monoids" [kind="normalizes_to", mapping="exact", style=dashed];
  "sage.category.additive_semigroups_additivesemigroups" -> "cat.additive_semigroups" [kind="normalizes_to", mapping="exact", style=dashed];
  "sage.category.affine_weyl_groups_affineweylgroups" -> "cat.weylgroups" [kind="normalizes_to", mapping="constructible", style=dashed];
  "sage.category.algebra_ideals_algebraideals" -> "cat.algebraideals_a" [kind="normalizes_to", mapping="exact", style=dashed];
  "sage.category.algebra_modules_algebramodules" -> "cat.modules_a" [kind="normalizes_to", mapping="presentation_alias", style=dashed];
  "sage.category.algebras_algebras" -> "cat.unital_algebras" [kind="normalizes_to", mapping="constructible", style=dashed];
  "sage.category.algebras_with_basis_algebraswithbasis" -> "cat.associativeunitalalgebras_r" [kind="normalizes_to", mapping="constructible", style=dashed];
  "sage.category.aperiodic_semigroups_aperiodicsemigroups" -> "cat.semigroups" [kind="normalizes_to", mapping="constructible", style=dashed];
  "sage.category.associative_algebras_associativealgebras" -> "cat.algebras_r" [kind="normalizes_to", mapping="constructible", style=dashed];
  "sage.category.bialgebras_bialgebras" -> "cat.bialgebras_r" [kind="normalizes_to", mapping="exact", style=dashed];
  "sage.category.bialgebras_with_basis_bialgebraswithbasis" -> "cat.bialgebras_r" [kind="normalizes_to", mapping="constructible", style=dashed];
  "sage.category.bimodules_bimodules" -> "cat.bimodules_r" [kind="normalizes_to", mapping="exact", style=dashed];
  "sage.category.chain_complexes_chaincomplexes" -> "cat.chaincomplexes_c" [kind="normalizes_to", mapping="exact", style=dashed];
  "sage.category.classical_crystals_classicalcrystals" -> "cat.crystals" [kind="normalizes_to", mapping="constructible", style=dashed];
  "sage.category.coalgebras_coalgebras" -> "cat.coalgebras_r" [kind="normalizes_to", mapping="exact", style=dashed];
  "sage.category.coalgebras_with_basis_coalgebraswithbasis" -> "cat.coalgebras_r" [kind="normalizes_to", mapping="constructible", style=dashed];
  "sage.category.commutative_additive_groups_commutativeadditivegroups" -> "cat.additive_abelian_groups" [kind="normalizes_to", mapping="exact", style=dashed];
  "sage.category.commutative_additive_monoids_commutativeadditivemonoids" -> "cat.additive_monoids" [kind="normalizes_to", mapping="presentation_alias", style=dashed];
  "sage.category.commutative_additive_semigroups_commutativeadditivesemigroups" -> "cat.additive_semigroups" [kind="normalizes_to", mapping="presentation_alias", style=dashed];
  "sage.category.commutative_algebra_ideals_commutativealgebraideals" -> "cat.algebraideals_a" [kind="normalizes_to", mapping="presentation_alias", style=dashed];
  "sage.category.commutative_algebras_commutativealgebras" -> "cat.commutative_algebras" [kind="normalizes_to", mapping="constructible", style=dashed];
  "sage.category.commutative_ring_ideals_commutativeringideals" -> "cat.ringideals_r" [kind="normalizes_to", mapping="presentation_alias", style=dashed];
  "sage.category.commutative_rings_commutativerings" -> "cat.commutative_rings" [kind="normalizes_to", mapping="constructible", style=dashed];
  "sage.category.complete_discrete_valuation_completediscretevaluationfields" -> "cat.discretevaluationfields" [kind="normalizes_to", mapping="constructible", style=dashed];
  "sage.category.complete_discrete_valuation_completediscretevaluationrings" -> "cat.discretevaluationrings" [kind="normalizes_to", mapping="constructible", style=dashed];
  "sage.category.complex_reflection_groups_complexreflectiongroups" -> "cat.complexreflectiongroups" [kind="normalizes_to", mapping="constructible", style=dashed];
-   "sage.category.complex_reflection_or_generalized_coxeter_groups_complexreflectionorgeneralizedcoxetergroups" -> "cat.groupswithsimplereflections" [kind="normalizes_to", mapping="removed", style=dashed];
+   "sage.category.complex_reflection_or_generalized_coxeter_groups_complexreflectionorgeneralizedcoxetergroups" -> "cat.groupswithsimplereflections" [kind="normalizes_to", mapping="exact", style=dashed];
  "sage.category.coxeter_group_algebras_coxetergroupalgebras" -> "cat.coxetergroupalgebras_r" [kind="normalizes_to", mapping="exact", style=dashed];
  "sage.category.coxeter_groups_coxetergroups" -> "cat.coxetergroups" [kind="normalizes_to", mapping="constructible", style=dashed];
  "sage.category.crystals_crystals" -> "cat.crystals" [kind="normalizes_to", mapping="exact", style=dashed];
  "sage.category.cw_complexes_cwcomplexes" -> "cat.topologicalspaces" [kind="normalizes_to", mapping="constructible", style=dashed];
  "sage.category.dedekind_domains_dedekinddomains" -> "cat.integraldomains" [kind="normalizes_to", mapping="constructible", style=dashed];
  "sage.category.discrete_valuation_discretevaluationfields" -> "cat.discretevaluationfields" [kind="normalizes_to", mapping="constructible", style=dashed];
  "sage.category.discrete_valuation_discretevaluationrings" -> "cat.discretevaluationrings" [kind="normalizes_to", mapping="constructible", style=dashed];
  "sage.category.distributive_magmas_and_additive_magmas_distributivemagmasandadditivemagmas" -> "cat.magmaswithtwooperations" [kind="normalizes_to", mapping="constructible", style=dashed];
  "sage.category.division_rings_divisionrings" -> "cat.division_rings" [kind="normalizes_to", mapping="constructible", style=dashed];
  "sage.category.domains_domains" -> "cat.domains" [kind="normalizes_to", mapping="constructible", style=dashed];
  "sage.category.drinfeld_modules_drinfeldmodules" -> "cat.drinfeldmodules_gamma_f_q_t_k" [kind="normalizes_to", mapping="exact", style=dashed];
  "sage.category.enumerated_sets_enumeratedsets" -> "cat.sets" [kind="normalizes_to", mapping="constructible", style=dashed];
  "sage.category.euclidean_domains_euclideandomains" -> "cat.euclidean_domains" [kind="normalizes_to", mapping="constructible", style=dashed];
-   "sage.category.facade_sets_facadesets" -> "cat.sets" [kind="normalizes_to", mapping="removed", style=dashed];
+   "sage.category.facade_sets_facadesets" -> "val.subobjects_sets" [kind="normalizes_to", mapping="exact", style=dashed];
  "sage.category.fields_fields" -> "cat.fields" [kind="normalizes_to", mapping="constructible", style=dashed];
  "sage.category.filtered_algebras_filteredalgebras" -> "cat.associativeunitalalgebras_r" [kind="normalizes_to", mapping="constructible", style=dashed];
  "sage.category.filtered_algebras_with_basis_filteredalgebraswithbasis" -> "cat.associativeunitalalgebras_r" [kind="normalizes_to", mapping="constructible", style=dashed];
  "sage.category.filtered_hopf_algebras_with_basis_filteredhopfalgebraswithbasis" -> "cat.hopfalgebras_r" [kind="normalizes_to", mapping="constructible", style=dashed];
  "sage.category.filtered_modules_filteredmodules" -> "cat.modules_r" [kind="normalizes_to", mapping="constructible", style=dashed];
  "sage.category.filtered_modules_with_basis_filteredmoduleswithbasis" -> "cat.modules_r" [kind="normalizes_to", mapping="constructible", style=dashed];
  "sage.category.finite_complex_reflection_groups_finitecomplexreflectiongroups" -> "cat.complexreflectiongroups" [kind="normalizes_to", mapping="constructible", style=dashed];
  "sage.category.finite_coxeter_groups_finitecoxetergroups" -> "cat.coxetergroups" [kind="normalizes_to", mapping="constructible", style=dashed];
  "sage.category.finite_crystals_finitecrystals" -> "cat.crystals" [kind="normalizes_to", mapping="constructible", style=dashed];
  "sage.category.finite_dimensional_algebras_with_basis_finitedimensionalalgebraswithbasis" -> "cat.associativeunitalalgebras_r" [kind="normalizes_to", mapping="constructible", style=dashed];
  "sage.category.finite_dimensional_graded_lie_algebras_with_basis_finitedimensionalgradedliealgebraswithbasis" -> "cat.liealgebras_r" [kind="normalizes_to", mapping="constructible", style=dashed];
  "sage.category.finite_dimensional_hopf_algebras_with_basis_finitedimensionalhopfalgebraswithbasis" -> "cat.hopfalgebras_r" [kind="normalizes_to", mapping="constructible", style=dashed];
  "sage.category.finite_dimensional_lie_algebras_with_basis_finitedimensionalliealgebraswithbasis" -> "cat.liealgebras_r" [kind="normalizes_to", mapping="constructible", style=dashed];
  "sage.category.finite_dimensional_modules_with_basis_finitedimensionalmoduleswithbasis" -> "cat.modules_r" [kind="normalizes_to", mapping="constructible", style=dashed];
  "sage.category.finite_dimensional_nilpotent_lie_algebras_with_basis_finitedimensionalnilpotentliealgebraswithbasis" -> "cat.liealgebras_r" [kind="normalizes_to", mapping="constructible", style=dashed];
  "sage.category.finite_dimensional_semisimple_algebras_with_basis_finitedimensionalsemisimplealgebraswithbasis" -> "cat.semisimplealgebras_r" [kind="normalizes_to", mapping="constructible", style=dashed];
  "sage.category.finite_enumerated_sets_finiteenumeratedsets" -> "cat.sets" [kind="normalizes_to", mapping="constructible", style=dashed];
  "sage.category.finite_fields_finitefields" -> "cat.finite_fields" [kind="normalizes_to", mapping="constructible", style=dashed];
  "sage.category.finite_groups_finitegroups" -> "cat.groups" [kind="normalizes_to", mapping="constructible", style=dashed];
  "sage.category.finite_lattice_posets_finitelatticeposets" -> "cat.latticeposets" [kind="normalizes_to", mapping="constructible", style=dashed];
  "sage.category.finite_monoids_finitemonoids" -> "cat.monoids" [kind="normalizes_to", mapping="constructible", style=dashed];
  "sage.category.finite_permutation_groups_finitepermutationgroups" -> "cat.permutationgroups" [kind="normalizes_to", mapping="constructible", style=dashed];
  "sage.category.finite_posets_finiteposets" -> "cat.posets" [kind="normalizes_to", mapping="constructible", style=dashed];
  "sage.category.finite_semigroups_finitesemigroups" -> "cat.semigroups" [kind="normalizes_to", mapping="constructible", style=dashed];
  "sage.category.finite_sets_finitesets" -> "clf.sets.finite.domain" [kind="normalizes_to", mapping="constructible", style=dashed];
  "sage.category.finite_weyl_groups_finiteweylgroups" -> "cat.weylgroups" [kind="normalizes_to", mapping="constructible", style=dashed];
  "sage.category.finitely_generated_lambda_bracket_algebras_finitelygeneratedlambdabracketalgebras" -> "cat.lambdabracketalgebras_r" [kind="normalizes_to", mapping="constructible", style=dashed];
  "sage.category.finitely_generated_lie_conformal_algebras_finitelygeneratedlieconformalalgebras" -> "cat.lieconformalalgebras_r" [kind="normalizes_to", mapping="constructible", style=dashed];
  "sage.category.finitely_generated_magmas_finitelygeneratedmagmas" -> "cat.magmas" [kind="normalizes_to", mapping="constructible", style=dashed];
  "sage.category.finitely_generated_semigroups_finitelygeneratedsemigroups" -> "cat.semigroups" [kind="normalizes_to", mapping="constructible", style=dashed];
  "sage.category.function_fields_functionfields" -> "cat.fields" [kind="normalizes_to", mapping="constructible", style=dashed];
  "sage.category.g_sets_gsets" -> "cat.sets" [kind="normalizes_to", mapping="constructible", style=dashed];
  "sage.category.gcd_domains_gcddomains" -> "cat.gcd_domains" [kind="normalizes_to", mapping="constructible", style=dashed];
  "sage.category.generalized_coxeter_groups_generalizedcoxetergroups" -> "cat.generalizedcoxetergroups" [kind="normalizes_to", mapping="constructible", style=dashed];
  "sage.category.graded_algebras_gradedalgebras" -> "cat.algebras_r.graded" [kind="normalizes_to", mapping="constructible", style=dashed];
  "sage.category.graded_algebras_with_basis_gradedalgebraswithbasis" -> "cat.associativeunitalalgebras_r" [kind="normalizes_to", mapping="constructible", style=dashed];
  "sage.category.graded_coalgebras_gradedcoalgebras" -> "cat.coalgebras_r" [kind="normalizes_to", mapping="constructible", style=dashed];
  "sage.category.graded_coalgebras_with_basis_gradedcoalgebraswithbasis" -> "cat.coalgebras_r" [kind="normalizes_to", mapping="constructible", style=dashed];
  "sage.category.graded_hopf_algebras_with_basis_gradedhopfalgebraswithbasis" -> "cat.hopfalgebras_r" [kind="normalizes_to", mapping="constructible", style=dashed];
  "sage.category.graded_lie_algebras_gradedliealgebras" -> "cat.liealgebras_r" [kind="normalizes_to", mapping="constructible", style=dashed];
  "sage.category.graded_lie_algebras_with_basis_gradedliealgebraswithbasis" -> "cat.liealgebras_r" [kind="normalizes_to", mapping="constructible", style=dashed];
  "sage.category.graded_lie_conformal_algebras_gradedlieconformalalgebras" -> "cat.lieconformalalgebras_r" [kind="normalizes_to", mapping="constructible", style=dashed];
  "sage.category.graded_modules_gradedmodules" -> "cat.modules_r" [kind="normalizes_to", mapping="constructible", style=dashed];
  "sage.category.graded_modules_with_basis_gradedmoduleswithbasis" -> "cat.modules_r" [kind="normalizes_to", mapping="constructible", style=dashed];
  "sage.category.graphs_graphs" -> "cat.graphs" [kind="normalizes_to", mapping="exact", style=dashed];
  "sage.category.group_algebras_groupalgebras" -> "cat.groupalgebras_r" [kind="normalizes_to", mapping="exact", style=dashed];
  "sage.category.groupoid_groupoid" -> "cat.groupoidson_g" [kind="normalizes_to", mapping="exact", style=dashed];
  "sage.category.groups_groups" -> "cat.groups" [kind="normalizes_to", mapping="exact", style=dashed];
  "sage.category.h_trivial_semigroups_htrivialsemigroups" -> "cat.semigroups" [kind="normalizes_to", mapping="constructible", style=dashed];
  "sage.category.hecke_modules_heckemodules" -> "cat.modules_r" [kind="normalizes_to", mapping="constructible", style=dashed];
  "sage.category.highest_weight_crystals_highestweightcrystals" -> "cat.crystals" [kind="normalizes_to", mapping="constructible", style=dashed];
  "sage.category.homsets_homsets" -> "cat.homsets_c" [kind="normalizes_to", mapping="exact", style=dashed];
  "sage.category.hopf_algebras_hopfalgebras" -> "cat.hopfalgebras_r" [kind="normalizes_to", mapping="exact", style=dashed];
  "sage.category.hopf_algebras_with_basis_hopfalgebraswithbasis" -> "cat.hopfalgebras_r" [kind="normalizes_to", mapping="constructible", style=dashed];
  "sage.category.infinite_enumerated_sets_infiniteenumeratedsets" -> "cat.sets" [kind="normalizes_to", mapping="constructible", style=dashed];
  "sage.category.integral_domains_integraldomains" -> "cat.integral_domains" [kind="normalizes_to", mapping="constructible", style=dashed];
  "sage.category.j_trivial_semigroups_jtrivialsemigroups" -> "cat.semigroups" [kind="normalizes_to", mapping="constructible", style=dashed];
  "sage.category.kac_moody_algebras_kacmoodyalgebras" -> "cat.kacmoodyalgebras_r" [kind="normalizes_to", mapping="exact", style=dashed];
  "sage.category.kahler_algebras_kahleralgebras" -> "cat.associativeunitalalgebras_r" [kind="normalizes_to", mapping="constructible", style=dashed];
  "sage.category.l_trivial_semigroups_ltrivialsemigroups" -> "cat.semigroups" [kind="normalizes_to", mapping="constructible", style=dashed];
  "sage.category.lambda_bracket_algebras_lambdabracketalgebras" -> "cat.lambdabracketalgebras_r" [kind="normalizes_to", mapping="exact", style=dashed];
  "sage.category.lambda_bracket_algebras_with_basis_lambdabracketalgebraswithbasis" -> "cat.lambdabracketalgebras_r" [kind="normalizes_to", mapping="constructible", style=dashed];
  "sage.category.lattice_posets_distributivelattices" -> "cat.latticeposets" [kind="normalizes_to", mapping="constructible", style=dashed];
  "sage.category.lattice_posets_latticeposets" -> "cat.latticeposets" [kind="normalizes_to", mapping="constructible", style=dashed];
-   "sage.category.left_modules_leftmodules" -> "cat.modules_a" [kind="normalizes_to", mapping="presentation_alias", style=dashed];
+   "sage.category.left_modules_leftmodules" -> "cat.modules_r" [kind="normalizes_to", mapping="presentation_alias", style=dashed];
  "sage.category.lie_algebras_liealgebras" -> "cat.liealgebras_r" [kind="normalizes_to", mapping="exact", style=dashed];
  "sage.category.lie_algebras_with_basis_liealgebraswithbasis" -> "cat.liealgebras_r" [kind="normalizes_to", mapping="constructible", style=dashed];
  "sage.category.lie_conformal_algebras_lieconformalalgebras" -> "cat.lieconformalalgebras_r" [kind="normalizes_to", mapping="exact", style=dashed];
  "sage.category.lie_conformal_algebras_with_basis_lieconformalalgebraswithbasis" -> "cat.lieconformalalgebras_r" [kind="normalizes_to", mapping="constructible", style=dashed];
-   "sage.category.lie_groups_liegroups" -> "cat.liegroups" [kind="normalizes_to", mapping="removed", style=dashed];
+   "sage.category.lie_groups_liegroups" -> "cat.liegroups" [kind="normalizes_to", mapping="exact", style=dashed];
  "sage.category.loop_crystals_kirillovreshetikhincrystals" -> "cat.loopcrystals" [kind="normalizes_to", mapping="constructible", style=dashed];
  "sage.category.loop_crystals_loopcrystals" -> "cat.loopcrystals" [kind="normalizes_to", mapping="exact", style=dashed];
  "sage.category.loop_crystals_regularloopcrystals" -> "cat.loopcrystals" [kind="normalizes_to", mapping="constructible", style=dashed];
  "sage.category.magmas_magmas" -> "cat.magmas" [kind="normalizes_to", mapping="exact", style=dashed];
  "sage.category.magmas_and_additive_magmas_magmasandadditivemagmas" -> "cat.magmaswithtwooperations" [kind="normalizes_to", mapping="exact", style=dashed];
  "sage.category.magmatic_algebras_magmaticalgebras" -> "cat.algebras_r" [kind="normalizes_to", mapping="exact", style=dashed];
  "sage.category.manifolds_complexmanifolds" -> "cat.manifolds" [kind="normalizes_to", mapping="constructible", style=dashed];
  "sage.category.manifolds_manifolds" -> "cat.manifolds" [kind="normalizes_to", mapping="exact", style=dashed];
  "sage.category.matrix_algebras_matrixalgebras" -> "cat.associativeunitalalgebras_k" [kind="normalizes_to", mapping="constructible", style=dashed];
  "sage.category.metric_spaces_metricspaces" -> "cat.metricspaces" [kind="normalizes_to", mapping="constructible", style=dashed];
  "sage.category.modular_abelian_varieties_modularabelianvarieties" -> "cat.abelianvarieties_k" [kind="normalizes_to", mapping="constructible", style=dashed];
-   "sage.category.modules_modules" -> "cat.modules_a" [kind="normalizes_to", mapping="exact", style=dashed];
+   "sage.category.modules_modules" -> "cat.modules_r" [kind="normalizes_to", mapping="exact", style=dashed];
  "sage.category.modules_with_basis_moduleswithbasis" -> "cat.modules_with_basis" [kind="normalizes_to", mapping="constructible", style=dashed];
  "sage.category.monoids_monoids" -> "cat.monoids" [kind="normalizes_to", mapping="exact", style=dashed];
  "sage.category.noetherian_rings_noetherianrings" -> "cat.commutativerings" [kind="normalizes_to", mapping="constructible", style=dashed];
  "sage.category.number_fields_numberfields" -> "cat.fields" [kind="normalizes_to", mapping="constructible", style=dashed];
-   "sage.category.objects_objects" -> "cat.sagebackendobjects" [kind="normalizes_to", mapping="removed", style=dashed];
+   "sage.category.objects_objects" -> "val.coslices_cat_1" [kind="normalizes_to", mapping="exact", style=dashed];
  "sage.category.ore_modules_oremodules" -> "cat.modules_r" [kind="normalizes_to", mapping="constructible", style=dashed];
  "sage.category.partially_ordered_monoids_partiallyorderedmonoids" -> "cat.monoids" [kind="normalizes_to", mapping="constructible", style=dashed];
  "sage.category.permutation_groups_permutationgroups" -> "cat.permutationgroups" [kind="normalizes_to", mapping="constructible", style=dashed];
  "sage.category.pointed_sets_pointedsets" -> "cat.sets" [kind="normalizes_to", mapping="constructible", style=dashed];
  "sage.category.polyhedra_polyhedralsets" -> "cat.polyhedra_r" [kind="normalizes_to", mapping="exact", style=dashed];
  "sage.category.posets_posets" -> "cat.posets" [kind="normalizes_to", mapping="exact", style=dashed];
  "sage.category.principal_ideal_domains_principalidealdomains" -> "cat.pids" [kind="normalizes_to", mapping="constructible", style=dashed];
  "sage.category.quantum_group_representations_quantumgrouprepresentations" -> "cat.modules_r" [kind="normalizes_to", mapping="constructible", style=dashed];
  "sage.category.quotient_fields_quotientfields" -> "cat.fields" [kind="normalizes_to", mapping="constructible", style=dashed];
  "sage.category.r_trivial_semigroups_rtrivialsemigroups" -> "cat.semigroups" [kind="normalizes_to", mapping="constructible", style=dashed];
  "sage.category.regular_crystals_regularcrystals" -> "cat.crystals" [kind="normalizes_to", mapping="constructible", style=dashed];
  "sage.category.regular_supercrystals_regularsupercrystals" -> "cat.supercrystals" [kind="normalizes_to", mapping="constructible", style=dashed];
  "sage.category.right_modules_rightmodules" -> "cat.right_modules_r" [kind="normalizes_to", mapping="exact", style=dashed];
  "sage.category.ring_ideals_ringideals" -> "cat.ringideals_r" [kind="normalizes_to", mapping="exact", style=dashed];
  "sage.category.rings_rings" -> "cat.rings" [kind="normalizes_to", mapping="exact", style=dashed];
  "sage.category.rngs_rngs" -> "cat.rngs" [kind="normalizes_to", mapping="exact", style=dashed];
  "sage.category.schemes_jacobians" -> "cat.abelianvarieties_k" [kind="normalizes_to", mapping="constructible", style=dashed];
-   "sage.category.schemes_schemes" -> "cat.schemes_k" [kind="normalizes_to", mapping="exact", style=dashed];
+   "sage.category.schemes_schemes" -> "cat.schemes_s" [kind="normalizes_to", mapping="exact", style=dashed];
  "sage.category.semigroups_semigroups" -> "cat.semigroups" [kind="normalizes_to", mapping="exact", style=dashed];
  "sage.category.semirings_semirings" -> "cat.semirings" [kind="normalizes_to", mapping="exact", style=dashed];
  "sage.category.semisimple_algebras_semisimplealgebras" -> "cat.semisimplealgebras_r" [kind="normalizes_to", mapping="constructible", style=dashed];
  "sage.category.sets_cat_sets" -> "cat.sets" [kind="normalizes_to", mapping="exact", style=dashed];
  "sage.category.sets_with_grading_setswithgrading" -> "clf.sets.graded.domain" [kind="normalizes_to", mapping="constructible", style=dashed];
  "sage.category.sets_with_partial_maps_setswithpartialmaps" -> "cat.setswithpartialmaps" [kind="normalizes_to", mapping="exact", style=dashed];
  "sage.category.shephard_groups_shephardgroups" -> "cat.generalizedcoxetergroups" [kind="normalizes_to", mapping="constructible", style=dashed];
  "sage.category.simplicial_complexes_simplicialcomplexes" -> "cat.simplicialcomplexes" [kind="normalizes_to", mapping="exact", style=dashed];
  "sage.category.simplicial_sets_simplicialsets" -> "cat.simplicialsets" [kind="normalizes_to", mapping="exact", style=dashed];
  "sage.category.super_algebras_superalgebras" -> "cat.associativeunitalalgebras_r" [kind="normalizes_to", mapping="constructible", style=dashed];
  "sage.category.super_algebras_with_basis_superalgebraswithbasis" -> "cat.associativeunitalalgebras_r" [kind="normalizes_to", mapping="constructible", style=dashed];
  "sage.category.super_hopf_algebras_with_basis_superhopfalgebraswithbasis" -> "cat.hopfalgebras_r" [kind="normalizes_to", mapping="constructible", style=dashed];
  "sage.category.super_lie_conformal_algebras_superlieconformalalgebras" -> "cat.lieconformalalgebras_r" [kind="normalizes_to", mapping="constructible", style=dashed];
  "sage.category.super_modules_supermodules" -> "cat.modules_r" [kind="normalizes_to", mapping="constructible", style=dashed];
  "sage.category.super_modules_with_basis_supermoduleswithbasis" -> "cat.modules_r" [kind="normalizes_to", mapping="constructible", style=dashed];
  "sage.category.supercommutative_algebras_supercommutativealgebras" -> "cat.superalgebras_r" [kind="normalizes_to", mapping="constructible", style=dashed];
  "sage.category.supercrystals_supercrystals" -> "cat.supercrystals" [kind="normalizes_to", mapping="constructible", style=dashed];
  "sage.category.topological_spaces_topologicalspaces" -> "cat.topologicalspaces" [kind="normalizes_to", mapping="exact", style=dashed];
  "sage.category.triangular_kac_moody_algebras_triangularkacmoodyalgebras" -> "cat.kacmoodyalgebras_r" [kind="normalizes_to", mapping="constructible", style=dashed];
  "sage.category.unique_factorization_domains_uniquefactorizationdomains" -> "cat.ufds" [kind="normalizes_to", mapping="constructible", style=dashed];
  "sage.category.unital_algebras_unitalalgebras" -> "cat.algebras_r" [kind="normalizes_to", mapping="constructible", style=dashed];
  "sage.category.vector_bundles_vectorbundles" -> "cat.vectorbundles_x_r" [kind="normalizes_to", mapping="exact", style=dashed];
-   "sage.category.vector_spaces_vectorspaces" -> "cat.vector_spaces_k" [kind="normalizes_to", mapping="exact", style=dashed];
+   "sage.category.vector_spaces_vectorspaces" -> "cat.modules_k" [kind="normalizes_to", mapping="exact", style=dashed];
  "sage.category.weyl_groups_weylgroups" -> "cat.weylgroups" [kind="normalizes_to", mapping="constructible", style=dashed];
  "sage.category.with_axiom.vectorspaces.withbasis" -> "cat.vector_spaces_k" [kind="normalizes_to", mapping="constructible", style=dashed];
  "sage.category.with_axiom.unitalalgebras.withbasis" -> "cat.unital_algebras" [kind="normalizes_to", mapping="constructible", style=dashed];
  "sage.category.with_axiom.additivemagmas.additivecommutative" -> "cat.magmas" [kind="normalizes_to", mapping="constructible", style=dashed];
  "sage.category.with_axiom.monoids.commutative" -> "cat.monoids" [kind="normalizes_to", mapping="constructible", style=dashed];
  "sage.category.with_axiom.commutativerings.finite" -> "cat.commutative_rings" [kind="normalizes_to", mapping="constructible", style=dashed];
  "sage.category.with_axiom.posets.bounded" -> "cat.posets" [kind="normalizes_to", mapping="constructible", style=dashed];
  "sage.category.with_axiom.vectorspaces.graded" -> "cat.vector_spaces_k" [kind="normalizes_to", mapping="constructible", style=dashed];
  "sage.category.with_axiom.vectorspaces.withbasis.graded" -> "cat.vector_spaces_k" [kind="normalizes_to", mapping="constructible", style=dashed];
  "sage.category.with_axiom.coalgebras.filtered" -> "cat.coalgebras_r" [kind="normalizes_to", mapping="constructible", style=dashed];
  "sage.category.with_axiom.vectorspaces.filtered" -> "cat.vector_spaces_k" [kind="normalizes_to", mapping="constructible", style=dashed];
  "sage.category.with_axiom.vectorspaces.withbasis.filtered" -> "cat.vector_spaces_k" [kind="normalizes_to", mapping="constructible", style=dashed];
  "sage.category.with_axiom.magmas.unital.inverse" -> "cat.magmas" [kind="normalizes_to", mapping="constructible", style=dashed];
  "sage.category.with_axiom.sets.infinite" -> "cat.sets" [kind="normalizes_to", mapping="constructible", style=dashed];
  "sage.category.with_axiom.magmas.unital" -> "cat.magmas" [kind="normalizes_to", mapping="constructible", style=dashed];
}
